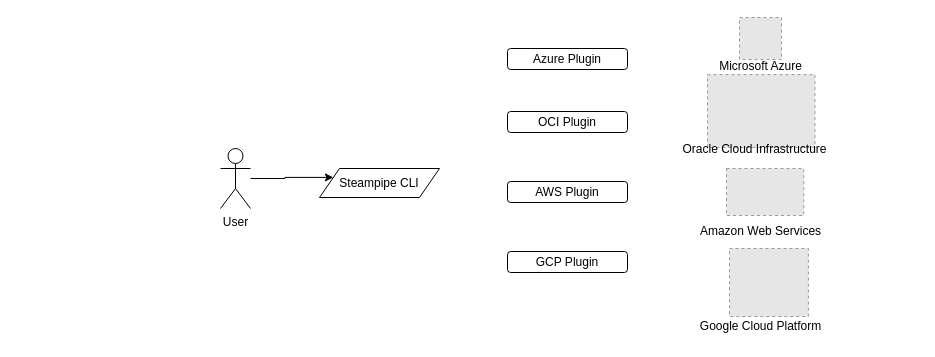
Above: Cloud Security Review Solution.drawio in prashanthkatam/testrepoforcc (draw.io), before the change. Source tidied: cells renumbered, new cells numbered last; positions are measured from the earlier drawing's top-left corner, leaving out a move shared by most shapes. Both pictures are drawn from the tidied source at 100%, with x=0, y=0 at pixel (220, 17). Pictures stored in the file or linked from it are replaced by grey dashed boxes.
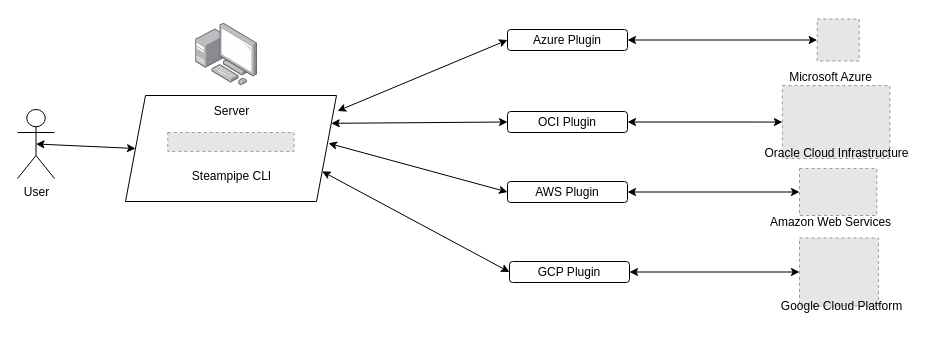
After the change.

Unchanged cells that the change refers to:
```xml
<mxCell id="14" value="OCI Plugin" style="rounded=1;whiteSpace=wrap;html=1;" parent="1" vertex="1">
  <mxGeometry x="287" y="94" width="120" height="21" as="geometry" />
</mxCell>
<mxCell id="15" value="AWS Plugin" style="rounded=1;whiteSpace=wrap;html=1;" parent="1" vertex="1">
  <mxGeometry x="287" y="164" width="120" height="21" as="geometry" />
</mxCell>
```

Change to the diagram source:
```diff
@@
-    <mxCell id="2" style="edgeStyle=orthogonalEdgeStyle;rounded=0;jettySize=auto;html=1;entryX=0;entryY=0.25;entryDx=0;entryDy=0;" parent="1" edge="1" source="3" target="4">
-      <mxGeometry relative="1" as="geometry" />
-    </mxCell>
     <mxCell id="3" value="User" style="shape=umlActor;verticalLabelPosition=bottom;verticalAlign=top;html=1;outlineConnect=0;" parent="1" vertex="1">
-      <mxGeometry y="131" width="30" height="60" as="geometry" />
+      <mxGeometry x="-203" y="92" width="37" height="69" as="geometry" />
     </mxCell>
-    <mxCell id="4" value="Steampipe CLI" style="shape=parallelogram;perimeter=parallelogramPerimeter;whiteSpace=wrap;html=1;fixedSize=1;" parent="1" vertex="1">
-      <mxGeometry x="99" y="151" width="120" height="29" as="geometry" />
+    <mxCell id="4" style="shape=parallelogram;perimeter=parallelogramPerimeter;whiteSpace=wrap;html=1;fixedSize=1;" parent="1" vertex="1">
+      <mxGeometry x="-95" y="78" width="211" height="106" as="geometry" />
     </mxCell>
     <mxCell id="5" style="fillColor=#E6E6E6;strokeColor=#999999;dashed=1;verticalLabelPosition=bottom;labelBackgroundColor=default;verticalAlign=top;" parent="1" vertex="1">
-      <mxGeometry x="519" width="42" height="42" as="geometry" />
+      <mxGeometry x="596.7" y="1.5" width="42" height="42" as="geometry" />
     </mxCell>
     <mxCell id="6" value="Microsoft Azure" style="text;html=1;align=center;verticalAlign=middle;strokeColor=none;fillColor=none;" parent="1" vertex="1">
-      <mxGeometry x="489.5" y="36" width="101" height="26" as="geometry" />
+      <mxGeometry x="559.2" y="47" width="101" height="26" as="geometry" />
     </mxCell>
     <mxCell id="7" style="fillColor=#E6E6E6;strokeColor=#999999;dashed=1;verticalLabelPosition=bottom;labelBackgroundColor=default;verticalAlign=top;" parent="1" vertex="1">
-      <mxGeometry x="487" y="57.1" width="107.5" height="72.9" as="geometry" />
+      <mxGeometry x="561.9" y="68.1" width="107.5" height="72.9" as="geometry" />
     </mxCell>
     <mxCell id="8" value="Oracle Cloud Infrastructure" style="text;html=1;align=center;verticalAlign=middle;strokeColor=none;fillColor=none;" parent="1" vertex="1">
-      <mxGeometry x="453" y="119" width="162" height="26" as="geometry" />
+      <mxGeometry x="534.7" y="123" width="162" height="26" as="geometry" />
     </mxCell>
     <mxCell id="9" style="fillColor=#E6E6E6;strokeColor=#999999;dashed=1;verticalLabelPosition=bottom;labelBackgroundColor=default;verticalAlign=top;" parent="1" vertex="1">
-      <mxGeometry x="506" y="151" width="77.3" height="47" as="geometry" />
+      <mxGeometry x="579" y="151" width="77.3" height="47" as="geometry" />
     </mxCell>
     <mxCell id="10" value="Amazon Web Services" style="text;html=1;align=center;verticalAlign=middle;strokeColor=none;fillColor=none;" parent="1" vertex="1">
-      <mxGeometry x="470.5" y="201" width="139" height="26" as="geometry" />
+      <mxGeometry x="540.2" y="192" width="139" height="26" as="geometry" />
     </mxCell>
     <mxCell id="11" style="fillColor=#E6E6E6;strokeColor=#999999;dashed=1;verticalLabelPosition=bottom;labelBackgroundColor=default;verticalAlign=top;" parent="1" vertex="1">
-      <mxGeometry x="509" y="231" width="78.9" height="68" as="geometry" />
+      <mxGeometry x="579" y="220.5" width="78.9" height="68" as="geometry" />
     </mxCell>
     <mxCell id="12" value="Google Cloud Platform" style="text;html=1;align=center;verticalAlign=middle;strokeColor=none;fillColor=none;" parent="1" vertex="1">
-      <mxGeometry x="470.5" y="296" width="139" height="26" as="geometry" />
+      <mxGeometry x="551" y="276" width="139" height="26" as="geometry" />
     </mxCell>
     <mxCell id="13" value="Azure Plugin" style="rounded=1;whiteSpace=wrap;html=1;" parent="1" vertex="1">
-      <mxGeometry x="287" y="31" width="120" height="21" as="geometry" />
+      <mxGeometry x="287" y="12" width="120" height="21" as="geometry" />
     </mxCell>
@@
     <mxCell id="16" value="GCP Plugin" style="rounded=1;whiteSpace=wrap;html=1;" parent="1" vertex="1">
-      <mxGeometry x="287" y="234" width="120" height="21" as="geometry" />
+      <mxGeometry x="289" y="244" width="120" height="21" as="geometry" />
     </mxCell>
+    <mxCell id="17" style="endArrow=classic;startArrow=classic;html=1;rounded=0;entryX=0;entryY=0.5;entryDx=0;entryDy=0;exitX=1.005;exitY=0.146;exitDx=0;exitDy=0;exitPerimeter=0;" parent="1" edge="1" source="4" target="13">
+      <mxGeometry relative="1" as="geometry" />
+    </mxCell>
+    <mxCell id="18" style="endArrow=classic;startArrow=classic;html=1;rounded=0;entryX=0;entryY=0.5;entryDx=0;entryDy=0;exitX=1;exitY=0.25;exitDx=0;exitDy=0;" parent="1" edge="1" source="4" target="14">
+      <mxGeometry relative="1" as="geometry" />
+    </mxCell>
+    <mxCell id="19" style="endArrow=classic;startArrow=classic;html=1;rounded=0;entryX=0;entryY=0.5;entryDx=0;entryDy=0;exitX=0.962;exitY=0.451;exitDx=0;exitDy=0;exitPerimeter=0;" parent="1" edge="1" source="4" target="15">
+      <mxGeometry relative="1" as="geometry" />
+    </mxCell>
+    <mxCell id="20" style="endArrow=classic;startArrow=classic;html=1;rounded=0;entryX=0;entryY=0.5;entryDx=0;entryDy=0;exitX=1;exitY=0.75;exitDx=0;exitDy=0;" parent="1" edge="1" source="4" target="16">
+      <mxGeometry relative="1" as="geometry" />
+    </mxCell>
+    <mxCell id="2" style="endArrow=classic;startArrow=classic;html=1;rounded=0;entryX=0;entryY=0.5;entryDx=0;entryDy=0;exitX=0.5;exitY=0.5;exitDx=0;exitDy=0;exitPerimeter=0;" parent="1" edge="1" source="3" target="4">
+      <mxGeometry relative="1" as="geometry" />
+    </mxCell>
+    <mxCell id="21" style="endArrow=classic;startArrow=classic;html=1;rounded=0;entryX=0;entryY=0.5;entryDx=0;entryDy=0;exitX=1;exitY=0.5;exitDx=0;exitDy=0;" parent="1" edge="1" source="16" target="11">
+      <mxGeometry relative="1" as="geometry" />
+    </mxCell>
+    <mxCell id="22" style="endArrow=classic;startArrow=classic;html=1;rounded=0;" parent="1" edge="1" source="15" target="9">
+      <mxGeometry relative="1" as="geometry" />
+    </mxCell>
+    <mxCell id="23" style="endArrow=classic;startArrow=classic;html=1;rounded=0;" parent="1" edge="1" source="14" target="7">
+      <mxGeometry relative="1" as="geometry" />
+    </mxCell>
+    <mxCell id="24" style="endArrow=classic;startArrow=classic;html=1;rounded=0;exitX=1;exitY=0.5;exitDx=0;exitDy=0;" parent="1" edge="1" source="13" target="5">
+      <mxGeometry relative="1" as="geometry" />
+    </mxCell>
+    <mxCell id="25" style="fillColor=#E6E6E6;strokeColor=#999999;dashed=1;verticalLabelPosition=bottom;labelBackgroundColor=default;verticalAlign=top;" parent="1" vertex="1">
+      <mxGeometry x="-52.7" y="115" width="126.3" height="18.9" as="geometry" />
+    </mxCell>
+    <mxCell id="26" style="image;html=1;align=center;shadow=0;dashed=0;image=img/lib/allied_telesis/computer_and_terminals/Personal_Computer_with_Server.svg;" parent="1" vertex="1">
+      <mxGeometry x="-25.4" y="5.7" width="62.4" height="62.4" as="geometry" />
+    </mxCell>
+    <mxCell id="27" value="Server" style="text;html=1;align=center;verticalAlign=middle;strokeColor=none;fillColor=none;" parent="1" vertex="1">
+      <mxGeometry x="-16" y="81" width="53" height="26" as="geometry" />
+    </mxCell>
+    <mxCell id="28" value="Steampipe CLI" style="text;html=1;align=center;verticalAlign=middle;strokeColor=none;fillColor=none;" parent="1" vertex="1">
+      <mxGeometry x="-38" y="145.5" width="97" height="26" as="geometry" />
+    </mxCell>
```
